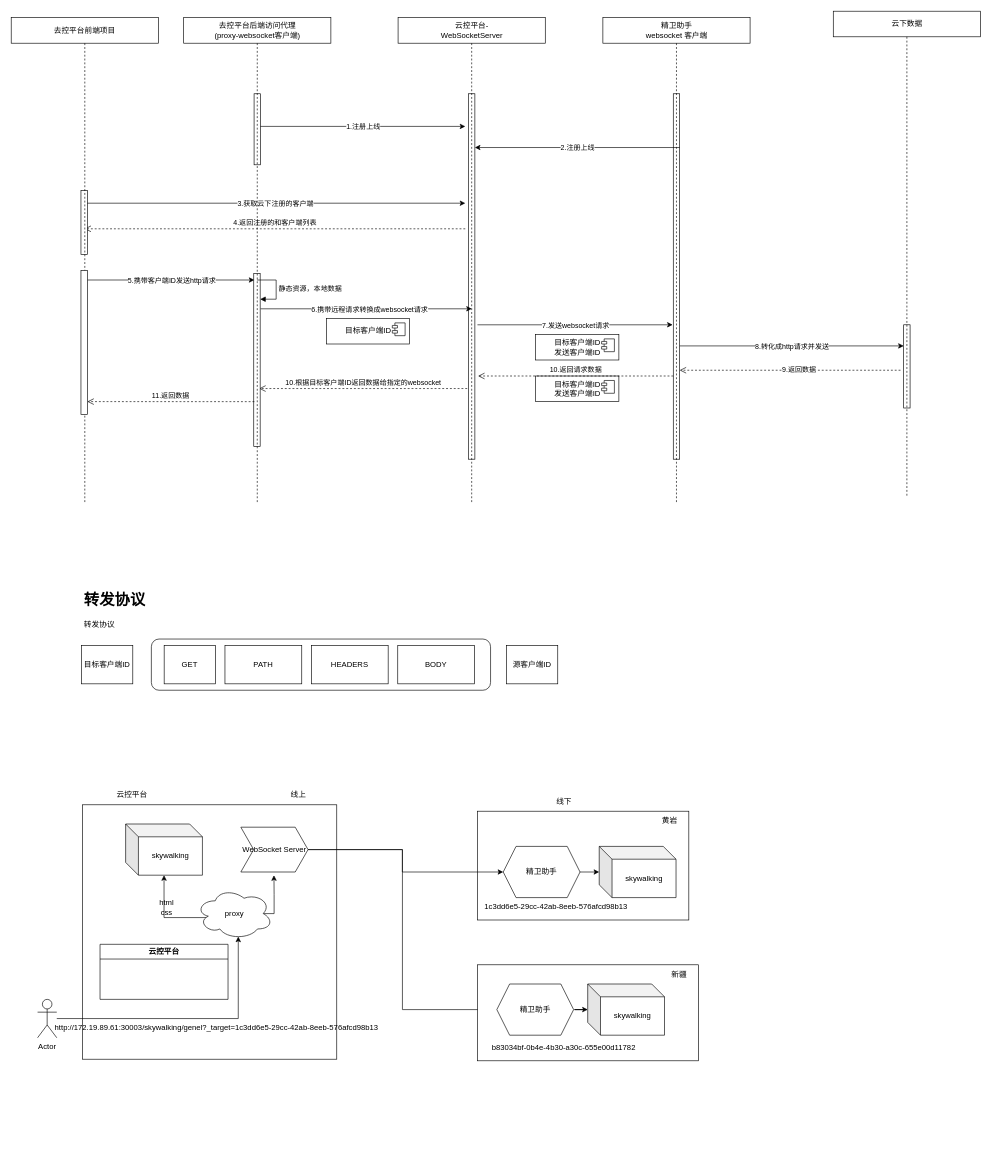
This is 云控平台.drawio from Snuger/draw, a draw.io file, before an edit. Source tidied: cells renumbered, new cells numbered last; positions are measured from the earlier drawing's top-left corner, leaving out a move shared by most shapes. Both pictures are drawn from the tidied source at 64%, with x=0, y=0 at pixel (11, 11).
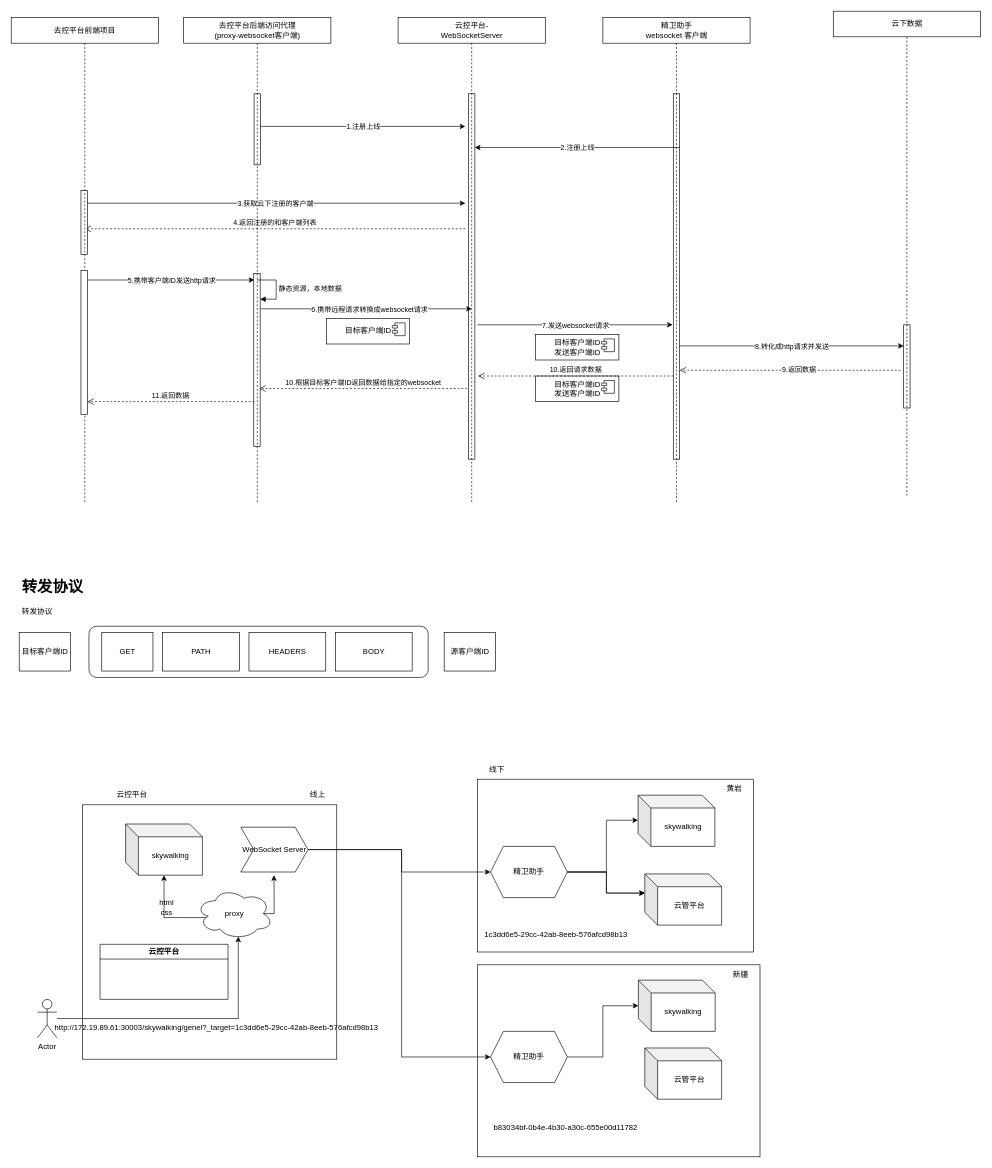
The same page after the edit.

Commit message (it also covers changes not shown here):
更新云控平台.drawio

The change refers to these unchanged cells:
```xml
<mxCell id="53" value="WebSocket&amp;nbsp;Server" style="shape=step;perimeter=stepPerimeter;whiteSpace=wrap;html=1;fixedSize=1;" parent="1" vertex="1">
  <mxGeometry x="358.8" y="1275" width="105" height="70" as="geometry" />
</mxCell>
```

Diff of the diagram source:
```diff
@@
+    <mxCell id="55" style="rounded=0;whiteSpace=wrap;html=1;" parent="1" vertex="1">
+      <mxGeometry x="728.8" y="1490" width="441.2" height="300" as="geometry" />
+    </mxCell>
     <mxCell id="2" style="rounded=0;whiteSpace=wrap;html=1;" parent="1" vertex="1">
-      <mxGeometry x="728.8" y="1250" width="330" height="170" as="geometry" />
+      <mxGeometry x="728.8" y="1200" width="431.2" height="270" as="geometry" />
     </mxCell>
     <mxCell id="3" style="rounded=1;whiteSpace=wrap;html=1;" parent="1" vertex="1">
-      <mxGeometry x="219" y="981" width="530" height="80" as="geometry" />
+      <mxGeometry x="121.5" y="961" width="530" height="80" as="geometry" />
     </mxCell>
@@
     <mxCell id="32" value="GET" style="rounded=0;whiteSpace=wrap;html=1;" parent="1" vertex="1">
-      <mxGeometry x="239" y="991" width="80" height="60" as="geometry" />
+      <mxGeometry x="141.5" y="971" width="80" height="60" as="geometry" />
     </mxCell>
     <mxCell id="33" value="PATH" style="rounded=0;whiteSpace=wrap;html=1;" parent="1" vertex="1">
-      <mxGeometry x="334" y="991" width="120" height="60" as="geometry" />
+      <mxGeometry x="236.5" y="971" width="120" height="60" as="geometry" />
     </mxCell>
     <mxCell id="34" value="HEADERS" style="rounded=0;whiteSpace=wrap;html=1;" parent="1" vertex="1">
-      <mxGeometry x="469" y="991" width="120" height="60" as="geometry" />
+      <mxGeometry x="371.5" y="971" width="120" height="60" as="geometry" />
     </mxCell>
     <mxCell id="35" value="BODY" style="rounded=0;whiteSpace=wrap;html=1;" parent="1" vertex="1">
-      <mxGeometry x="604" y="991" width="120" height="60" as="geometry" />
+      <mxGeometry x="506.5" y="971" width="120" height="60" as="geometry" />
     </mxCell>
     <mxCell id="36" value="目标客户端ID" style="rounded=0;whiteSpace=wrap;html=1;" parent="1" vertex="1">
-      <mxGeometry x="110" y="991" width="80" height="60" as="geometry" />
+      <mxGeometry x="12.5" y="971" width="80" height="60" as="geometry" />
     </mxCell>
     <mxCell id="37" value="源客户端ID" style="rounded=0;whiteSpace=wrap;html=1;" parent="1" vertex="1">
-      <mxGeometry x="774" y="991" width="80" height="60" as="geometry" />
+      <mxGeometry x="676.5" y="971" width="80" height="60" as="geometry" />
     </mxCell>
     <mxCell id="38" value="&lt;h1&gt;转发协议&lt;/h1&gt;&lt;p&gt;转发协议&lt;/p&gt;" style="text;html=1;strokeColor=none;fillColor=none;spacing=5;spacingTop=-20;whiteSpace=wrap;overflow=hidden;rounded=0;" parent="1" vertex="1">
-      <mxGeometry x="109" y="900" width="190" height="70" as="geometry" />
+      <mxGeometry x="11.5" y="880" width="190" height="70" as="geometry" />
     </mxCell>
@@
     <mxCell id="44" value="线上" style="text;html=1;strokeColor=none;fillColor=none;align=center;verticalAlign=middle;whiteSpace=wrap;rounded=0;" parent="1" vertex="1">
-      <mxGeometry x="418.8" y="1210" width="60" height="30" as="geometry" />
+      <mxGeometry x="448.8" y="1210" width="60" height="30" as="geometry" />
     </mxCell>
     <mxCell id="45" value="线下" style="text;html=1;strokeColor=none;fillColor=none;align=center;verticalAlign=middle;whiteSpace=wrap;rounded=0;" parent="1" vertex="1">
-      <mxGeometry x="833.8" y="1220" width="60" height="30" as="geometry" />
+      <mxGeometry x="728.8" y="1170" width="60" height="30" as="geometry" />
     </mxCell>
@@
     <mxCell id="50" value="skywalking" style="shape=cube;whiteSpace=wrap;html=1;boundedLbl=1;backgroundOutline=1;darkOpacity=0.05;darkOpacity2=0.1;" parent="1" vertex="1">
-      <mxGeometry x="918.8" y="1305" width="120" height="80" as="geometry" />
+      <mxGeometry x="979.5" y="1225" width="120" height="80" as="geometry" />
     </mxCell>
     <mxCell id="51" style="edgeStyle=orthogonalEdgeStyle;rounded=0;jettySize=auto;html=1;" parent="1" edge="1" source="53" target="61">
       <mxGeometry relative="1" as="geometry">
         <Array as="points">
-          <mxPoint x="611.2" y="1310" />
-          <mxPoint x="611.2" y="1345" />
+          <mxPoint x="610" y="1310" />
+          <mxPoint x="610" y="1345" />
         </Array>
       </mxGeometry>
     </mxCell>
     <mxCell id="52" style="edgeStyle=orthogonalEdgeStyle;rounded=0;jettySize=auto;html=1;entryX=0;entryY=0.5;entryDx=0;entryDy=0;" parent="1" edge="1" source="53" target="63">
-      <mxGeometry relative="1" as="geometry" />
+      <mxGeometry relative="1" as="geometry">
+        <Array as="points">
+          <mxPoint x="610" y="1310" />
+          <mxPoint x="610" y="1634" />
+        </Array>
+      </mxGeometry>
     </mxCell>
@@
-    <mxCell id="55" style="rounded=0;whiteSpace=wrap;html=1;" parent="1" vertex="1">
-      <mxGeometry x="728.8" y="1490" width="345" height="150" as="geometry" />
-    </mxCell>
     <mxCell id="56" value="skywalking" style="shape=cube;whiteSpace=wrap;html=1;boundedLbl=1;backgroundOutline=1;darkOpacity=0.05;darkOpacity2=0.1;" parent="1" vertex="1">
-      <mxGeometry x="900.8" y="1520" width="120" height="80" as="geometry" />
+      <mxGeometry x="980" y="1514" width="120" height="80" as="geometry" />
     </mxCell>
     <mxCell id="57" value="黄岩" style="text;html=1;strokeColor=none;fillColor=none;align=center;verticalAlign=middle;whiteSpace=wrap;rounded=0;" parent="1" vertex="1">
-      <mxGeometry x="998.8" y="1250" width="60" height="30" as="geometry" />
+      <mxGeometry x="1100" y="1200" width="60" height="30" as="geometry" />
     </mxCell>
     <mxCell id="58" value="新疆" style="text;html=1;strokeColor=none;fillColor=none;align=center;verticalAlign=middle;whiteSpace=wrap;rounded=0;" parent="1" vertex="1">
-      <mxGeometry x="1013.8" y="1490" width="60" height="30" as="geometry" />
+      <mxGeometry x="1110" y="1490" width="60" height="30" as="geometry" />
     </mxCell>
     <mxCell id="59" value="1c3dd6e5-29cc-42ab-8eeb-576afcd98b13" style="text;html=1;strokeColor=none;fillColor=none;align=center;verticalAlign=middle;whiteSpace=wrap;rounded=0;" parent="1" vertex="1">
-      <mxGeometry x="703.8" y="1385" width="295" height="30" as="geometry" />
+      <mxGeometry x="703.8" y="1428" width="295" height="30" as="geometry" />
     </mxCell>
     <mxCell id="60" value="b83034bf-0b4e-4b30-a30c-655e00d11782" style="text;html=1;strokeColor=none;fillColor=none;align=center;verticalAlign=middle;whiteSpace=wrap;rounded=0;" parent="1" vertex="1">
-      <mxGeometry x="715.8" y="1604" width="295" height="30" as="geometry" />
+      <mxGeometry x="718.8" y="1730" width="295" height="30" as="geometry" />
     </mxCell>
     <mxCell id="61" value="精卫助手" style="shape=hexagon;perimeter=hexagonPerimeter2;whiteSpace=wrap;html=1;fixedSize=1;" parent="1" vertex="1">
-      <mxGeometry x="768.8" y="1305" width="120" height="80" as="geometry" />
+      <mxGeometry x="749" y="1305" width="120" height="80" as="geometry" />
     </mxCell>
@@
     <mxCell id="63" value="精卫助手" style="shape=hexagon;perimeter=hexagonPerimeter2;whiteSpace=wrap;html=1;fixedSize=1;" parent="1" vertex="1">
-      <mxGeometry x="758.8" y="1520" width="120" height="80" as="geometry" />
+      <mxGeometry x="749" y="1594" width="120" height="80" as="geometry" />
     </mxCell>
@@
     <mxCell id="65" style="edgeStyle=orthogonalEdgeStyle;rounded=0;jettySize=auto;html=1;exitX=1;exitY=0.5;exitDx=0;exitDy=0;entryX=-0.001;entryY=0.489;entryDx=0;entryDy=0;entryPerimeter=0;" parent="1" edge="1" source="61" target="50">
-      <mxGeometry relative="1" as="geometry" />
+      <mxGeometry relative="1" as="geometry">
+        <Array as="points">
+          <mxPoint x="930" y="1345" />
+          <mxPoint x="930" y="1264" />
+        </Array>
+      </mxGeometry>
     </mxCell>
@@
+    <mxCell id="76" value="云管平台" style="shape=cube;whiteSpace=wrap;html=1;boundedLbl=1;backgroundOutline=1;darkOpacity=0.05;darkOpacity2=0.1;" parent="1" vertex="1">
+      <mxGeometry x="990" y="1620" width="120" height="80" as="geometry" />
+    </mxCell>
+    <mxCell id="77" value="云管平台" style="shape=cube;whiteSpace=wrap;html=1;boundedLbl=1;backgroundOutline=1;darkOpacity=0.05;darkOpacity2=0.1;" parent="1" vertex="1">
+      <mxGeometry x="990" y="1348" width="120" height="80" as="geometry" />
+    </mxCell>
+    <mxCell id="78" style="edgeStyle=orthogonalEdgeStyle;rounded=0;jettySize=auto;html=1;entryX=0;entryY=0;entryDx=0;entryDy=30;entryPerimeter=0;" parent="1" edge="1" source="61" target="77">
+      <mxGeometry relative="1" as="geometry">
+        <Array as="points">
+          <mxPoint x="930" y="1345" />
+          <mxPoint x="930" y="1378" />
+        </Array>
+      </mxGeometry>
+    </mxCell>
+    <mxCell id="79" style="edgeStyle=orthogonalEdgeStyle;rounded=0;jettySize=auto;html=1;entryX=0;entryY=0;entryDx=0;entryDy=30;entryPerimeter=0;" parent="1" edge="1" source="61" target="77">
+      <mxGeometry relative="1" as="geometry">
+        <Array as="points">
+          <mxPoint x="930" y="1345" />
+          <mxPoint x="930" y="1378" />
+        </Array>
+      </mxGeometry>
+    </mxCell>
```
